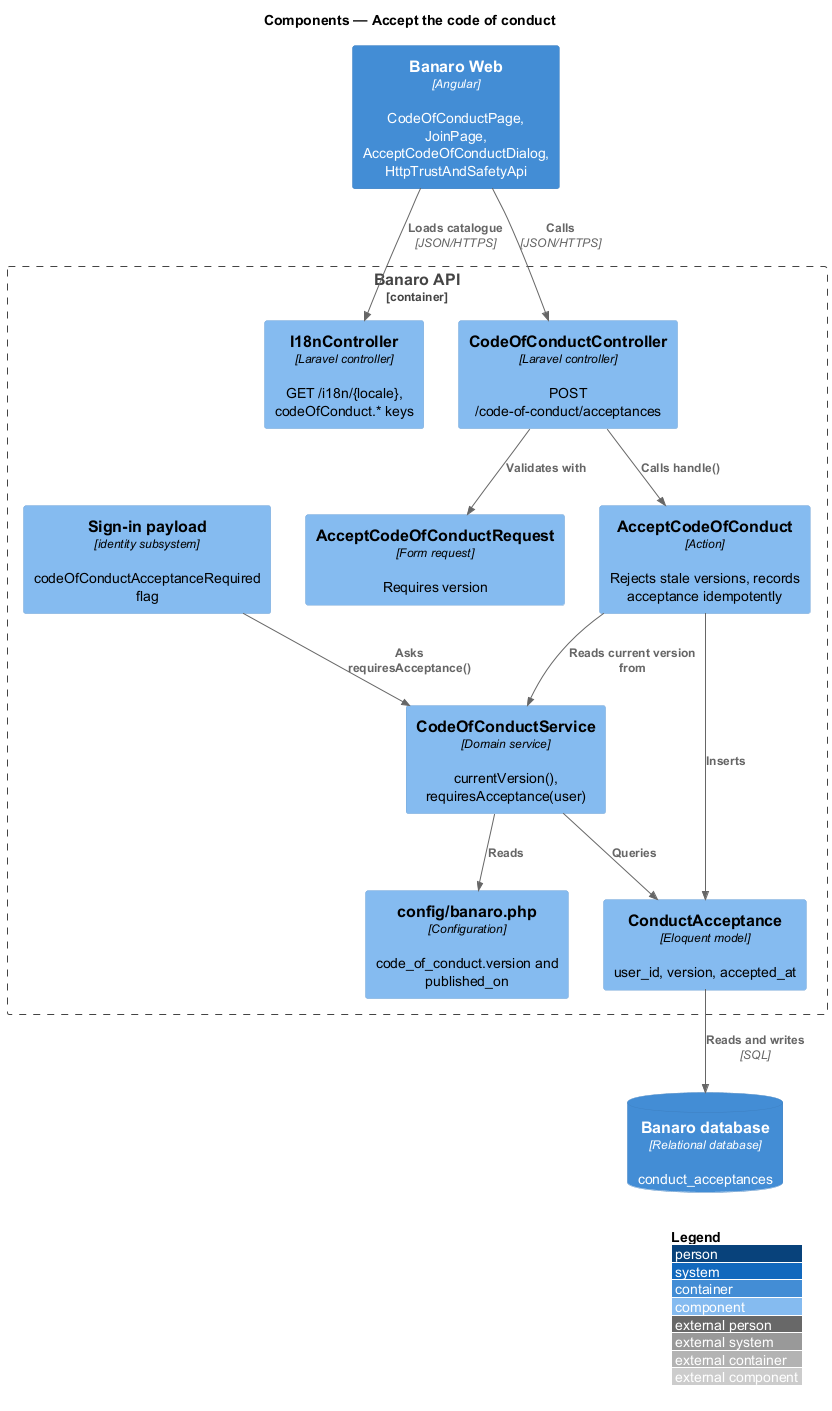
QuinntyneBrown/banaro keeps this PlantUML diagram as docs/detailed-designs/trust-and-safety/accept-code-of-conduct/diagrams/c4-component.png. Above is the earlier version.
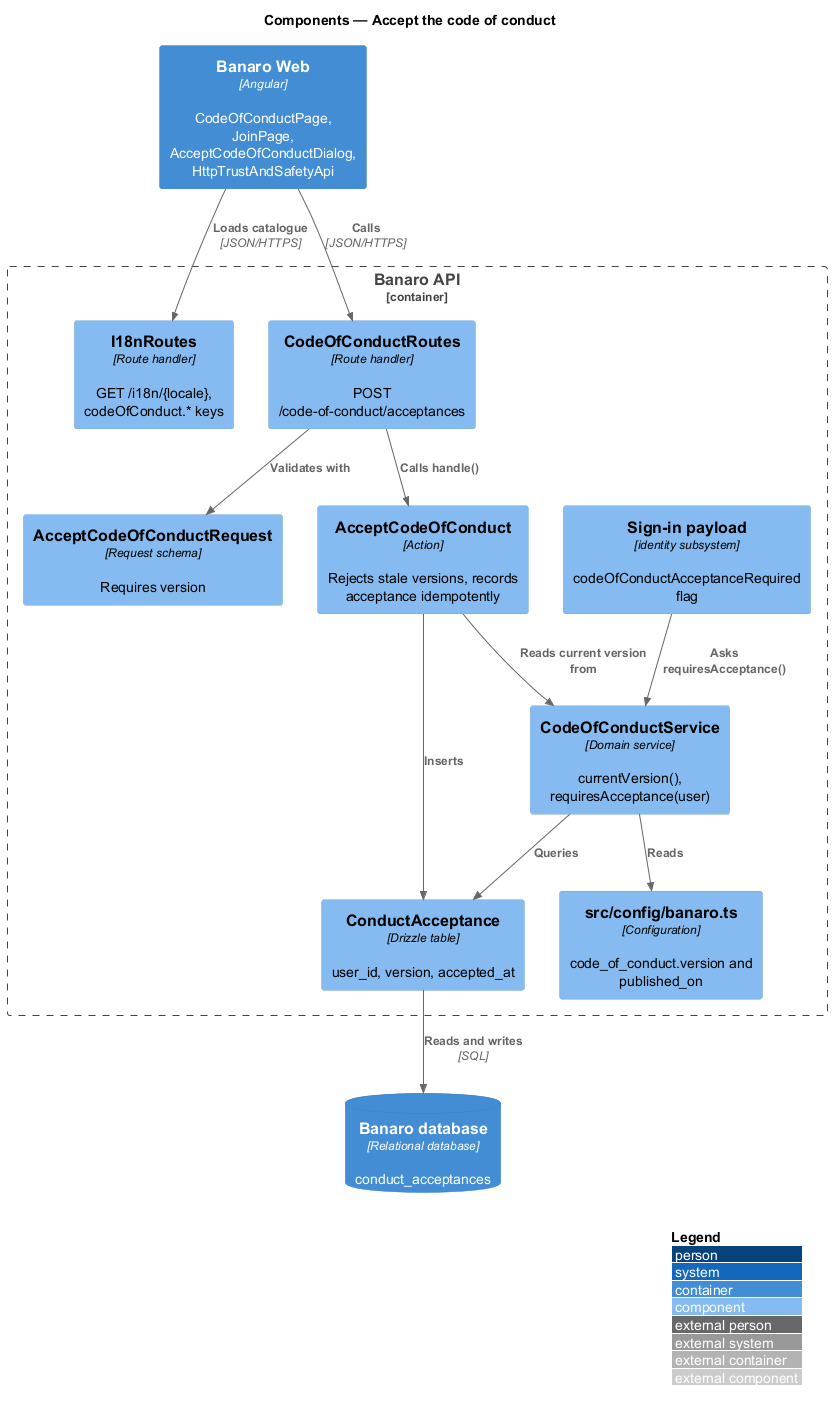
Later version of the same file.

Change to the diagram source:
```diff
@@ -7,14 +7,14 @@
 ContainerDb(db, "Banaro database", "Relational database", "conduct_acceptances")
 
 Container_Boundary(api, "Banaro API") {
-  Component(i18n, "I18nController", "Laravel controller", "GET /i18n/{locale}, codeOfConduct.* keys")
-  Component(ctrl, "CodeOfConductController", "Laravel controller", "POST /code-of-conduct/acceptances")
-  Component(req, "AcceptCodeOfConductRequest", "Form request", "Requires version")
+  Component(i18n, "I18nRoutes", "Route handler", "GET /i18n/{locale}, codeOfConduct.* keys")
+  Component(ctrl, "CodeOfConductRoutes", "Route handler", "POST /code-of-conduct/acceptances")
+  Component(req, "AcceptCodeOfConductRequest", "Request schema", "Requires version")
   Component(action, "AcceptCodeOfConduct", "Action", "Rejects stale versions, records acceptance idempotently")
   Component(service, "CodeOfConductService", "Domain service", "currentVersion(), requiresAcceptance(user)")
-  Component(config, "config/banaro.php", "Configuration", "code_of_conduct.version and published_on")
+  Component(config, "src/config/banaro.ts", "Configuration", "code_of_conduct.version and published_on")
   Component(signin, "Sign-in payload", "identity subsystem", "codeOfConductAcceptanceRequired flag")
-  Component(model, "ConductAcceptance", "Eloquent model", "user_id, version, accepted_at")
+  Component(model, "ConductAcceptance", "Drizzle table", "user_id, version, accepted_at")
 }
 
 Rel(web, i18n, "Loads catalogue", "JSON/HTTPS")
```
